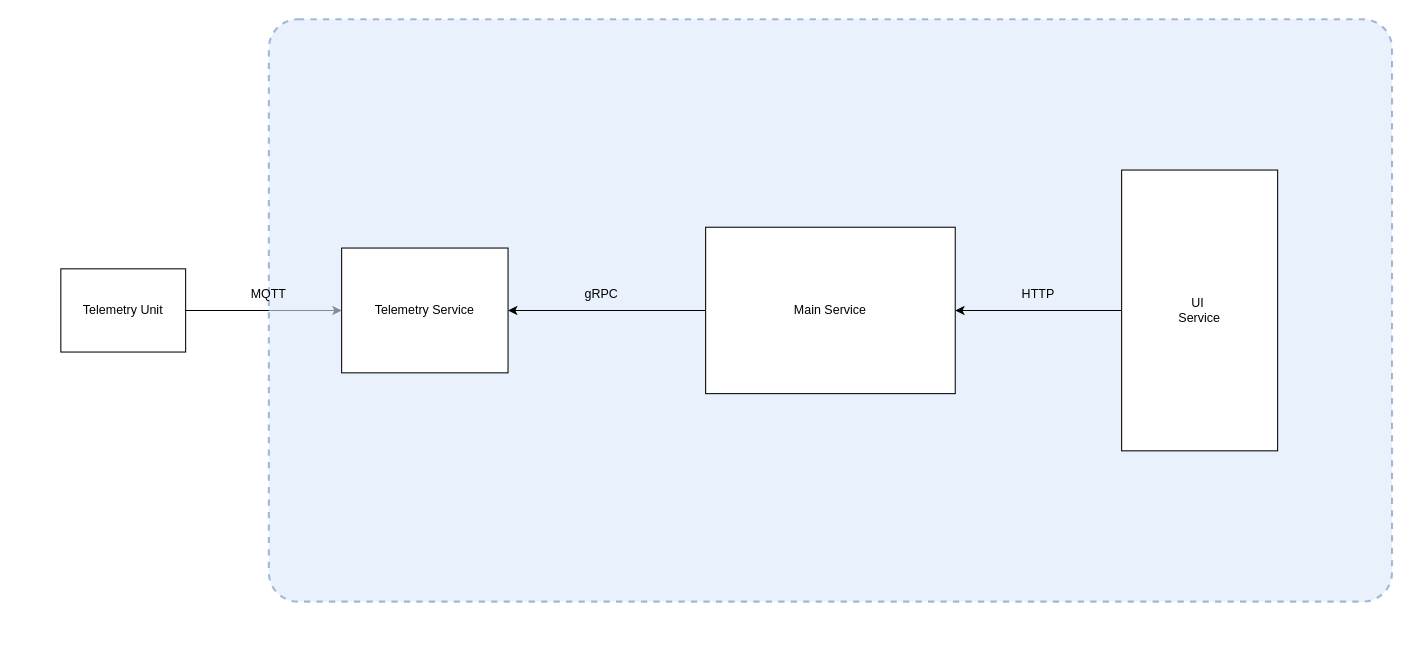
The draw.io diagram page "Page-1" (1 of 2) of Architecture.drawio in roger9867/FleetControl, before the edit. Source tidied: cells renumbered, new cells numbered last; positions are measured from the earlier drawing's top-left corner, leaving out a move shared by most shapes. Both pictures are drawn from the tidied source at 104%, with x=0, y=0 at pixel (60, 19).
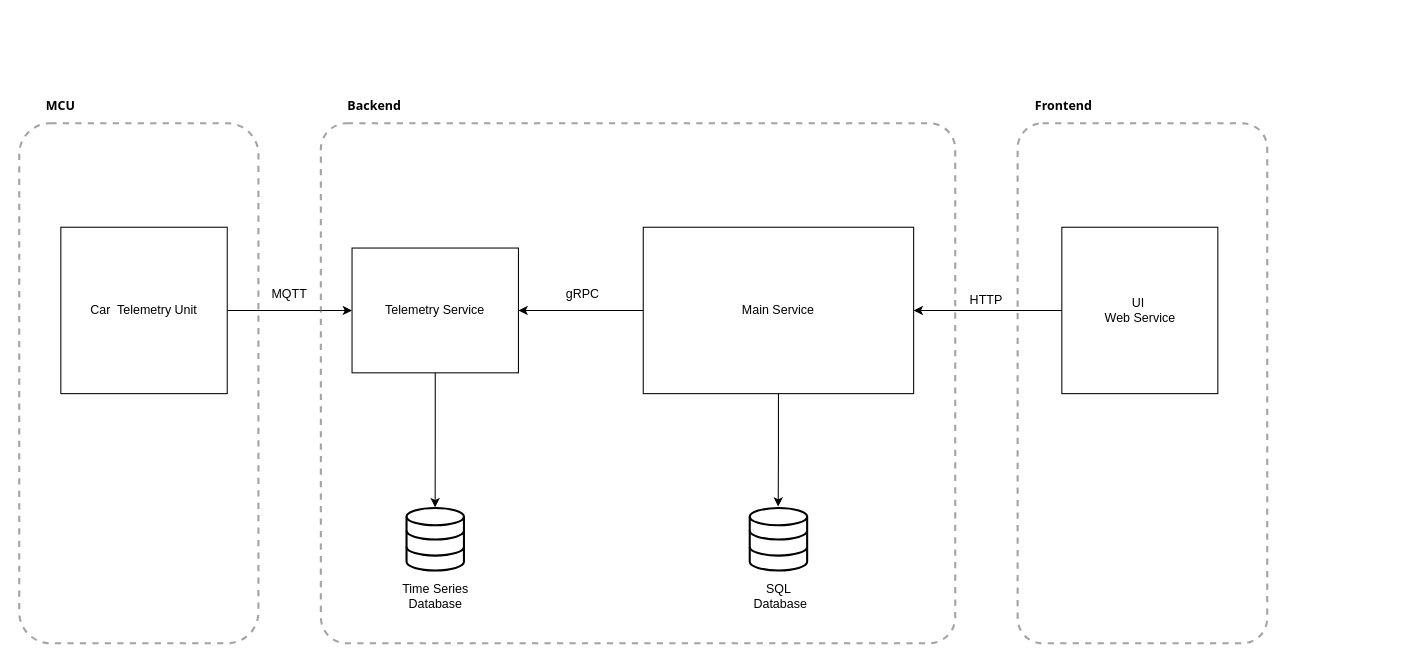
Above is the later version.

The edit, as a diff of the source:
```diff
@@
-<mxGraphModel>
+<mxGraphModel background="#ffffff">
@@
+    <mxCell id="4" style="rounded=1;whiteSpace=wrap;html=1;arcSize=5;fillColor=none;dashed=1;strokeWidth=2;strokeColor=#666666;opacity=60;fontColor=#333333;" parent="1" vertex="1">
+      <mxGeometry x="250" y="100" width="610" height="500" as="geometry" />
+    </mxCell>
-    <mxCell id="3" value="Telemetry Unit" style="rounded=0;whiteSpace=wrap;html=1;" parent="1" vertex="1">
-      <mxGeometry y="240" width="120" height="80" as="geometry" />
+    <mxCell id="3" value="Car&amp;nbsp; Telemetry Unit" style="rounded=0;whiteSpace=wrap;html=1;" parent="1" vertex="1">
+      <mxGeometry y="200" width="160" height="160" as="geometry" />
     </mxCell>
-    <mxCell id="4" style="rounded=1;whiteSpace=wrap;html=1;arcSize=5;fillColor=#dae8fc;dashed=1;strokeWidth=2;strokeColor=#6c8ebf;opacity=60;" parent="1" vertex="1">
-      <mxGeometry x="200" width="1080" height="560" as="geometry" />
-    </mxCell>
@@
     <mxCell id="6" value="Main Service" style="rounded=0;whiteSpace=wrap;html=1;" parent="1" vertex="1">
-      <mxGeometry x="620" y="200" width="240" height="160" as="geometry" />
+      <mxGeometry x="560" y="200" width="260" height="160" as="geometry" />
     </mxCell>
     <mxCell id="7" value="Telemetry Service" style="rounded=0;whiteSpace=wrap;html=1;" parent="1" vertex="1">
-      <mxGeometry x="270" y="220" width="160" height="120" as="geometry" />
+      <mxGeometry x="280" y="220" width="160" height="120" as="geometry" />
     </mxCell>
@@
-    <mxCell id="9" value="UI&amp;nbsp;&lt;div&gt;Service&lt;/div&gt;" style="rounded=0;whiteSpace=wrap;html=1;" parent="1" vertex="1">
-      <mxGeometry x="1020" y="145" width="150" height="270" as="geometry" />
+    <mxCell id="9" value="UI&amp;nbsp;&lt;div&gt;Web Service&lt;/div&gt;" style="rounded=0;whiteSpace=wrap;html=1;" parent="1" vertex="1">
+      <mxGeometry x="962.5" y="200" width="150" height="160" as="geometry" />
     </mxCell>
     <mxCell id="10" value="gRPC" style="text;html=1;whiteSpace=wrap;strokeColor=none;fillColor=none;align=center;verticalAlign=middle;rounded=0;" parent="1" vertex="1">
-      <mxGeometry x="490" y="250" width="60" height="30" as="geometry" />
+      <mxGeometry x="471.7" y="250" width="60" height="30" as="geometry" />
     </mxCell>
     <mxCell id="11" value="MQTT" style="text;html=1;whiteSpace=wrap;strokeColor=none;fillColor=none;align=center;verticalAlign=middle;rounded=0;" parent="1" vertex="1">
-      <mxGeometry x="170" y="250" width="60" height="30" as="geometry" />
+      <mxGeometry x="190" y="250" width="60" height="30" as="geometry" />
     </mxCell>
     <mxCell id="12" value="HTTP" style="text;html=1;whiteSpace=wrap;strokeColor=none;fillColor=none;align=center;verticalAlign=middle;rounded=0;" parent="1" vertex="1">
-      <mxGeometry x="910" y="250" width="60" height="30" as="geometry" />
+      <mxGeometry x="860" y="255" width="60" height="30" as="geometry" />
     </mxCell>
+    <mxCell id="13" style="sketch=0;fontColor=#232F3E;gradientColor=none;fillColor=light-dark(#FFFFFF,#EFEFEF);strokeColor=none;dashed=0;verticalLabelPosition=bottom;verticalAlign=top;align=center;html=1;fontSize=12;fontStyle=0;shape=mxgraph.aws4.container_1;" parent="1" vertex="1">
+      <mxGeometry x="283" y="223" width="31" height="20" as="geometry" />
+    </mxCell>
+    <mxCell id="14" style="sketch=0;fontColor=#232F3E;gradientColor=none;fillColor=light-dark(#FFFFFF,#E5E5E5);strokeColor=none;dashed=0;verticalLabelPosition=bottom;verticalAlign=top;align=center;html=1;fontSize=12;fontStyle=0;shape=mxgraph.aws4.container_1;" parent="1" vertex="1">
+      <mxGeometry x="563" y="203" width="31" height="20" as="geometry" />
+    </mxCell>
+    <mxCell id="15" style="sketch=0;fontColor=#232F3E;gradientColor=none;fillColor=light-dark(#FFFFFF,#E5E5E5);strokeColor=none;dashed=0;verticalLabelPosition=bottom;verticalAlign=top;align=center;html=1;fontSize=12;fontStyle=0;shape=mxgraph.aws4.container_1;" parent="1" vertex="1">
+      <mxGeometry x="965.5" y="203" width="31" height="20" as="geometry" />
+    </mxCell>
+    <mxCell id="16" style="shadow=0;dashed=0;html=1;strokeColor=none;fillColor=light-dark(#FFFFFF,#E5E5E5);labelPosition=center;verticalLabelPosition=bottom;verticalAlign=top;align=center;shape=mxgraph.veeam.cpu;" parent="1" vertex="1">
+      <mxGeometry x="4" y="204" width="30" height="24.8" as="geometry" />
+    </mxCell>
+    <mxCell id="17" style="html=1;verticalLabelPosition=bottom;align=center;labelBackgroundColor=#ffffff;verticalAlign=top;strokeWidth=2;strokeColor=light-dark(#000000,#000000);shadow=0;dashed=0;shape=mxgraph.ios7.icons.data;fillColor=light-dark(#FFFFFF,#EFEFEF);" parent="1" vertex="1">
+      <mxGeometry x="662.4" y="470" width="55.2" height="60" as="geometry" />
+    </mxCell>
+    <mxCell id="18" style="edgeStyle=orthogonalEdgeStyle;rounded=0;jettySize=auto;html=1;entryX=0.548;entryY=-0.011;entryDx=0;entryDy=0;entryPerimeter=0;" parent="1" edge="1" source="7">
+      <mxGeometry relative="1" as="geometry">
+        <mxPoint x="359.9" y="469.3" as="targetPoint" />
+      </mxGeometry>
+    </mxCell>
+    <mxCell id="19" style="rounded=1;whiteSpace=wrap;html=1;arcSize=13;fillColor=none;dashed=1;strokeWidth=2;strokeColor=#666666;opacity=60;fontColor=#333333;" parent="1" vertex="1">
+      <mxGeometry x="-40" y="100" width="230" height="500" as="geometry" />
+    </mxCell>
+    <mxCell id="20" style="edgeStyle=orthogonalEdgeStyle;rounded=0;jettySize=auto;html=1;entryX=0.496;entryY=-0.023;entryDx=0;entryDy=0;entryPerimeter=0;" parent="1" edge="1" source="6" target="17">
+      <mxGeometry relative="1" as="geometry" />
+    </mxCell>
+    <mxCell id="21" value="Time Series Database" style="text;html=1;whiteSpace=wrap;strokeColor=none;fillColor=none;align=center;verticalAlign=middle;rounded=0;" parent="1" vertex="1">
+      <mxGeometry x="317.5" y="540" width="85" height="30" as="geometry" />
+    </mxCell>
+    <mxCell id="22" value="SQL&lt;div&gt;&amp;nbsp;Database&lt;/div&gt;" style="text;html=1;whiteSpace=wrap;strokeColor=none;fillColor=none;align=center;verticalAlign=middle;rounded=0;" parent="1" vertex="1">
+      <mxGeometry x="647.5" y="540" width="85" height="30" as="geometry" />
+    </mxCell>
+    <mxCell id="23" style="rounded=1;whiteSpace=wrap;html=1;arcSize=10;fillColor=none;dashed=1;strokeWidth=2;strokeColor=#666666;opacity=60;fontColor=#333333;" parent="1" vertex="1">
+      <mxGeometry x="920" y="100" width="240" height="500" as="geometry" />
+    </mxCell>
+    <mxCell id="24" style="html=1;verticalLabelPosition=bottom;align=center;labelBackgroundColor=#ffffff;verticalAlign=top;strokeWidth=2;strokeColor=light-dark(#000000,#000000);shadow=0;dashed=0;shape=mxgraph.ios7.icons.data;fillColor=light-dark(#FFFFFF,#EFEFEF);" parent="1" vertex="1">
+      <mxGeometry x="332.4" y="470" width="55.2" height="60" as="geometry" />
+    </mxCell>
+    <mxCell id="25" value="Backend" style="text;strokeColor=none;fillColor=none;spacingLeft=4;spacingRight=4;overflow=hidden;fontSize=12;whiteSpace=wrap;html=1;fontStyle=1;fontColor=light-dark(#000000,#D4D4D4);fontFamily=Tahoma;" parent="1" vertex="1">
+      <mxGeometry x="270" y="70" width="100" height="40" as="geometry" />
+    </mxCell>
+    <mxCell id="26" value="MCU" style="text;strokeColor=none;fillColor=none;spacingLeft=4;spacingRight=4;overflow=hidden;fontSize=12;whiteSpace=wrap;html=1;fontStyle=1;fontColor=light-dark(#000000,#D4D4D4);fontFamily=Tahoma;" parent="1" vertex="1">
+      <mxGeometry x="-20" y="70" width="100" height="40" as="geometry" />
+    </mxCell>
+    <mxCell id="27" value="Frontend" style="text;strokeColor=none;fillColor=none;spacingLeft=4;spacingRight=4;overflow=hidden;fontSize=12;whiteSpace=wrap;html=1;fontStyle=1;fontColor=light-dark(#000000,#D4D4D4);fontFamily=Tahoma;" parent="1" vertex="1">
+      <mxGeometry x="931" y="70" width="100" height="40" as="geometry" />
+    </mxCell>
```
